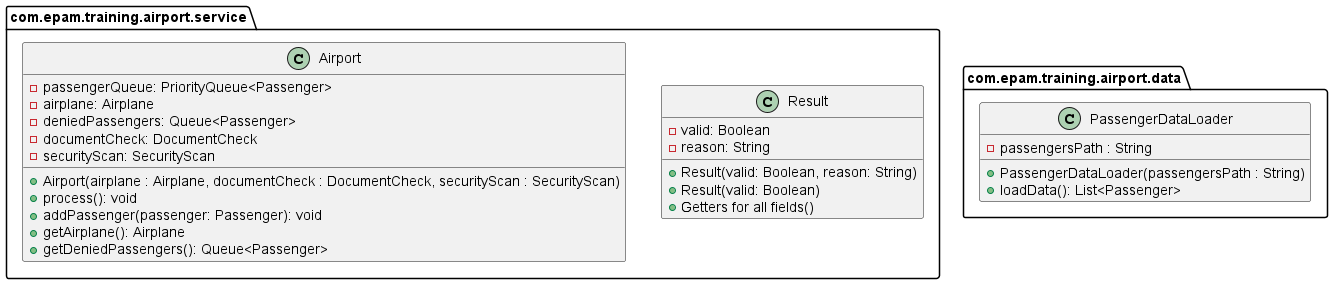
Above: design-patterns-airport/ServiceAndData.png in epam-mep-java/exercise-specification-images (PlantUML), before the change. Source of this version:
```plantuml
@startuml
package com.epam.training.airport.service{
class Airport{
    -passengerQueue: PriorityQueue<Passenger>
    -airplane: Airplane
    -deniedPassengers: Queue<Passenger>
    -documentCheck: DocumentCheck
    -securityScan: SecurityScan

    +Airport(airplane : Airplane, documentCheck : DocumentCheck, securityScan : SecurityScan)
    +process(): void
    +addPassenger(passenger: Passenger): void
    +getAirplane(): Airplane
    +getDeniedPassengers(): Queue<Passenger>
}

class Result {
    -valid: Boolean
    -reason: String
    +Result(valid: Boolean, reason: String)
    +Result(valid: Boolean)
    +Getters for all fields()
}

}

package com.epam.training.airport.data{
class PassengerDataLoader{
    -passengersPath : String
    +PassengerDataLoader(passengersPath : String)
    +loadData(): List<Passenger>
}
}
Airport -right[hidden]-> Result
@enduml
```
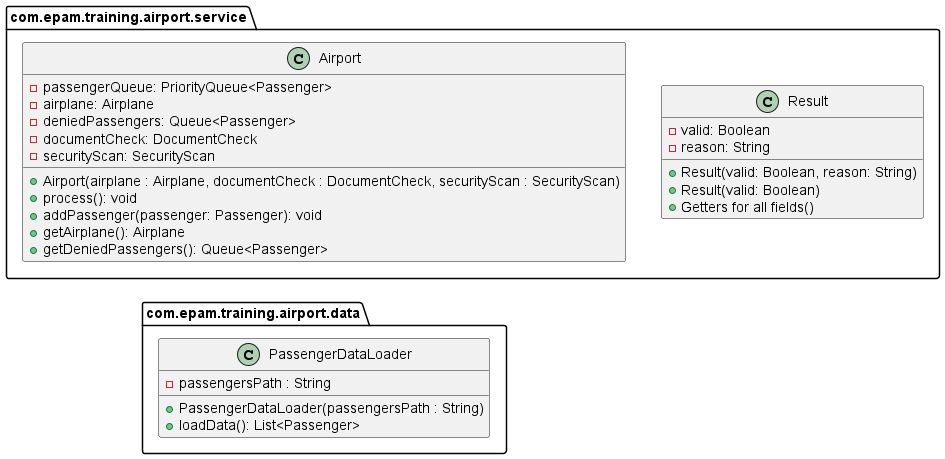
Later version of the same file.

Commit message:
Updated Design Patterns - Airport files

The edit, as a diff of the source:
```diff
@@ -32,4 +32,5 @@
 }
 }
 Airport -right[hidden]-> Result
+PassengerDataLoader -up[hidden]-> Airport
 @enduml
```
